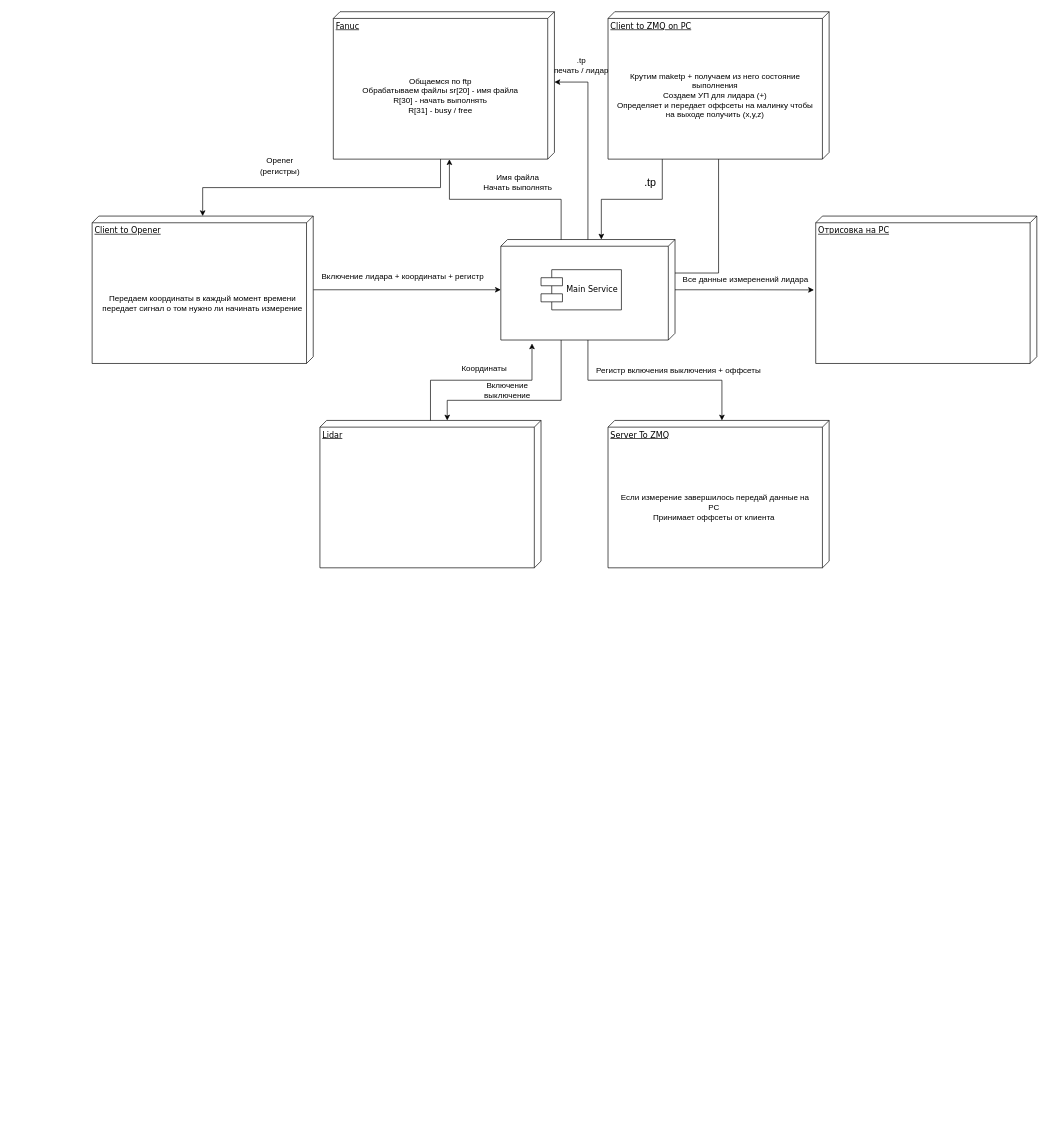
This is Диаграмма без названия.drawio from voinov-arduino/Fanuc, a draw.io file, before an edit. Source tidied: cells renumbered, new cells numbered last; positions are measured from the earlier drawing's top-left corner, leaving out a move shared by most shapes. Both pictures are drawn from the tidied source at 67%, with x=0, y=0 at pixel (92, 11).
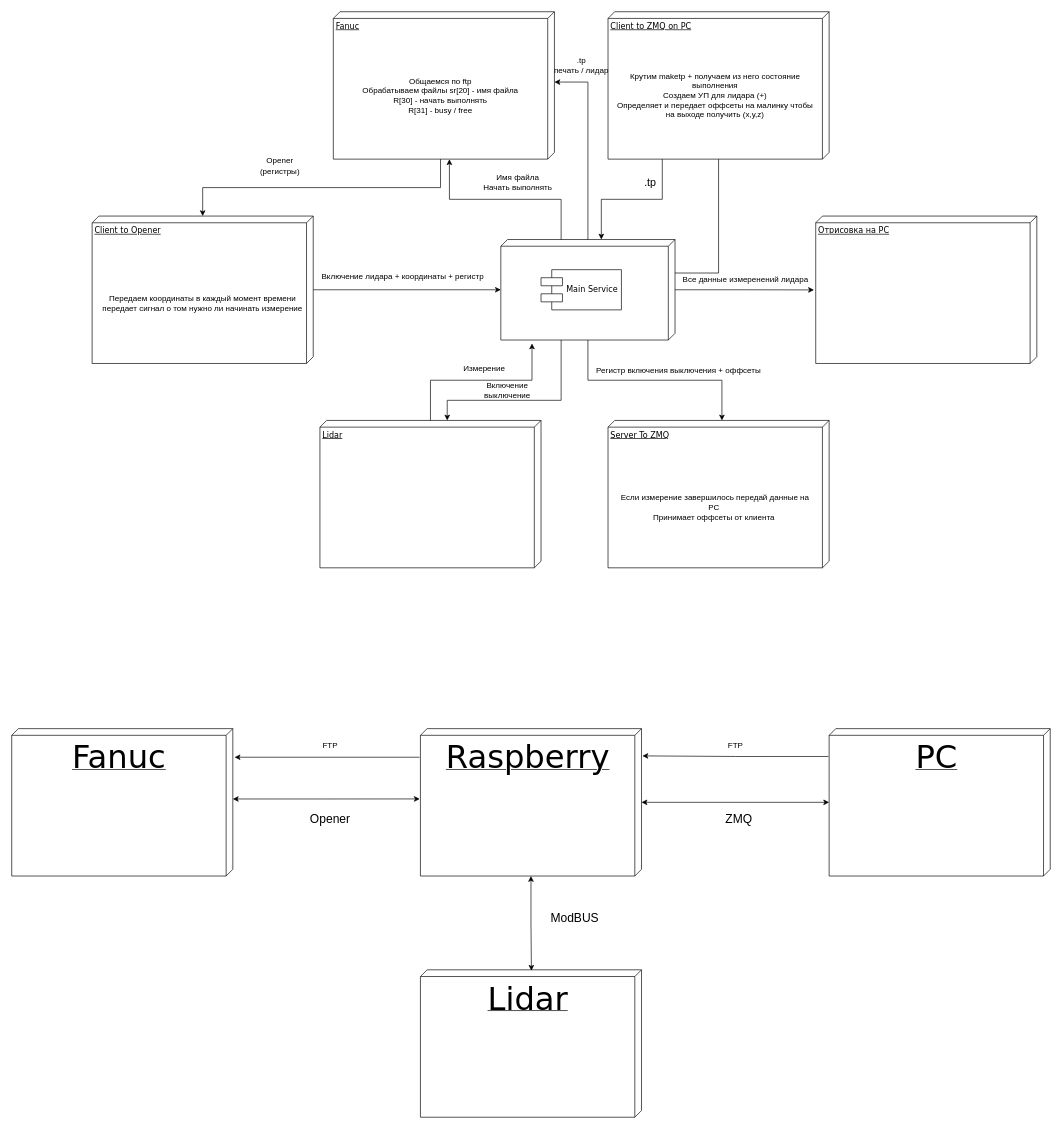
The same diagram, later.

Change to the diagram source:
```diff
@@
-    <mxCell id="31" value="Координаты" style="text;html=1;align=center;verticalAlign=middle;strokeColor=none;fillColor=none;" parent="1" vertex="1">
+    <mxCell id="31" value="Измерение" style="text;html=1;align=center;verticalAlign=middle;strokeColor=none;fillColor=none;" parent="1" vertex="1">
       <mxGeometry x="540" y="518" width="90" height="30" as="geometry" />
     </mxCell>
@@
+    <mxCell id="33" value="&lt;font style=&quot;font-size: 48px;&quot;&gt;Lidar&lt;/font&gt;" style="verticalAlign=top;align=center;spacingTop=8;spacingLeft=2;spacingRight=12;shape=cube;size=10;direction=south;fontStyle=4;html=1;rounded=0;shadow=0;comic=0;labelBackgroundColor=none;strokeWidth=1;fontFamily=Verdana;fontSize=12;" parent="1" vertex="1">
+      <mxGeometry x="490" y="1430" width="330" height="220" as="geometry" />
+    </mxCell>
+    <mxCell id="34" style="edgeStyle=orthogonalEdgeStyle;rounded=0;jettySize=auto;html=1;startArrow=classic;startFill=1;" parent="1" edge="1" source="35" target="36">
+      <mxGeometry relative="1" as="geometry" />
+    </mxCell>
+    <mxCell id="35" value="&lt;font style=&quot;font-size: 48px;&quot;&gt;Raspberry&lt;/font&gt;" style="verticalAlign=top;align=center;spacingTop=8;spacingLeft=2;spacingRight=12;shape=cube;size=10;direction=south;fontStyle=4;html=1;rounded=0;shadow=0;comic=0;labelBackgroundColor=none;strokeWidth=1;fontFamily=Verdana;fontSize=12;" parent="1" vertex="1">
+      <mxGeometry x="490" y="1070" width="330" height="220" as="geometry" />
+    </mxCell>
+    <mxCell id="36" value="&lt;font style=&quot;font-size: 48px;&quot;&gt;PC&lt;/font&gt;" style="verticalAlign=top;align=center;spacingTop=8;spacingLeft=2;spacingRight=12;shape=cube;size=10;direction=south;fontStyle=4;html=1;rounded=0;shadow=0;comic=0;labelBackgroundColor=none;strokeWidth=1;fontFamily=Verdana;fontSize=12;" parent="1" vertex="1">
+      <mxGeometry x="1100" y="1070" width="330" height="220" as="geometry" />
+    </mxCell>
+    <mxCell id="37" value="&lt;font style=&quot;font-size: 48px;&quot;&gt;Fanuc&lt;/font&gt;" style="verticalAlign=top;align=center;spacingTop=8;spacingLeft=2;spacingRight=12;shape=cube;size=10;direction=south;fontStyle=4;html=1;rounded=0;shadow=0;comic=0;labelBackgroundColor=none;strokeWidth=1;fontFamily=Verdana;fontSize=12;" parent="1" vertex="1">
+      <mxGeometry x="-120" y="1070" width="330" height="220" as="geometry" />
+    </mxCell>
+    <mxCell id="38" style="edgeStyle=orthogonalEdgeStyle;rounded=0;jettySize=auto;html=1;entryX=0.006;entryY=0.498;entryDx=0;entryDy=0;entryPerimeter=0;startArrow=classic;startFill=1;" parent="1" edge="1" source="35" target="33">
+      <mxGeometry relative="1" as="geometry" />
+    </mxCell>
+    <mxCell id="39" style="edgeStyle=orthogonalEdgeStyle;rounded=0;jettySize=auto;html=1;exitX=0;exitY=0;exitDx=105;exitDy=0;exitPerimeter=0;entryX=0.477;entryY=1.003;entryDx=0;entryDy=0;entryPerimeter=0;startArrow=classic;startFill=1;" parent="1" edge="1" source="37" target="35">
+      <mxGeometry relative="1" as="geometry" />
+    </mxCell>
+    <mxCell id="40" value="&lt;font style=&quot;font-size: 18px;&quot;&gt;ModBUS&lt;/font&gt;" style="text;html=1;align=center;verticalAlign=middle;strokeColor=none;fillColor=none;" parent="1" vertex="1">
+      <mxGeometry x="670" y="1333" width="100" height="40" as="geometry" />
+    </mxCell>
+    <mxCell id="41" value="&lt;font style=&quot;font-size: 18px;&quot;&gt;ZMQ&lt;/font&gt;" style="text;html=1;align=center;verticalAlign=middle;strokeColor=none;fillColor=none;" parent="1" vertex="1">
+      <mxGeometry x="935" y="1185" width="60" height="40" as="geometry" />
+    </mxCell>
+    <mxCell id="42" value="&lt;font style=&quot;font-size: 18px;&quot;&gt;Opener&lt;/font&gt;" style="text;html=1;align=center;verticalAlign=middle;strokeColor=none;fillColor=none;" parent="1" vertex="1">
+      <mxGeometry x="315" y="1185" width="80" height="40" as="geometry" />
+    </mxCell>
+    <mxCell id="43" style="edgeStyle=orthogonalEdgeStyle;rounded=0;jettySize=auto;html=1;entryX=0.194;entryY=-0.008;entryDx=0;entryDy=0;entryPerimeter=0;exitX=0.194;exitY=1.004;exitDx=0;exitDy=0;exitPerimeter=0;" parent="1" edge="1" source="35" target="37">
+      <mxGeometry relative="1" as="geometry" />
+    </mxCell>
+    <mxCell id="44" value="FTP" style="text;html=1;align=center;verticalAlign=middle;strokeColor=none;fillColor=none;" parent="1" vertex="1">
+      <mxGeometry x="330" y="1080" width="50" height="30" as="geometry" />
+    </mxCell>
+    <mxCell id="45" style="edgeStyle=orthogonalEdgeStyle;rounded=0;jettySize=auto;html=1;entryX=0.185;entryY=-0.004;entryDx=0;entryDy=0;entryPerimeter=0;exitX=0.189;exitY=1.003;exitDx=0;exitDy=0;exitPerimeter=0;" parent="1" edge="1" source="36" target="35">
+      <mxGeometry relative="1" as="geometry" />
+    </mxCell>
+    <mxCell id="46" value="FTP" style="text;html=1;align=center;verticalAlign=middle;strokeColor=none;fillColor=none;" parent="1" vertex="1">
+      <mxGeometry x="935" y="1080" width="50" height="30" as="geometry" />
+    </mxCell>
```
